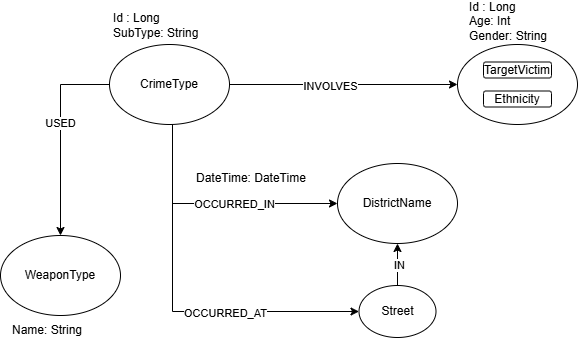
Earlier version of the draw.io export schema/GraphDB.png (Emulars/adm-project). Source tidied: cells renumbered, new cells last; positions are measured from the earlier drawing's top-left corner, leaving out a move shared by most shapes.
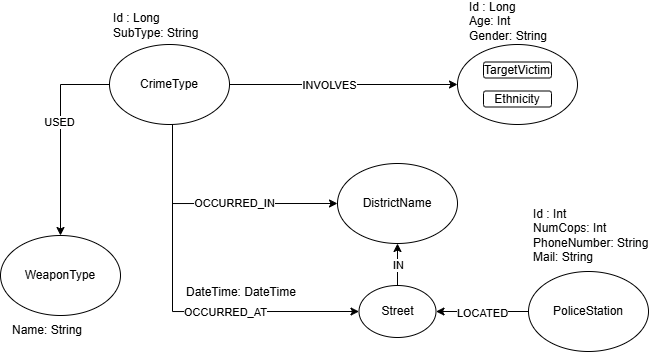
Above is the later version.

Commit message:
update all schemas

Diff of the diagram source:
```diff
@@ -69,7 +69,7 @@
       <mxGeometry x="358.5" y="279" width="77" height="52" as="geometry" />
     </mxCell>
     <mxCell id="20" value="DateTime: DateTime" style="text;html=1;align=left;verticalAlign=middle;whiteSpace=wrap;rounded=0;" parent="1" vertex="1">
-      <mxGeometry x="194" y="157" width="124" height="30" as="geometry" />
+      <mxGeometry x="184" y="271" width="124" height="30" as="geometry" />
     </mxCell>
     <mxCell id="21" value="WeaponType" style="ellipse;whiteSpace=wrap;html=1;" parent="1" vertex="1">
       <mxGeometry y="229" width="120" height="80" as="geometry" />
@@ -77,5 +77,17 @@
     <mxCell id="22" value="Name: String" style="text;html=1;align=left;verticalAlign=middle;whiteSpace=wrap;rounded=0;" parent="1" vertex="1">
       <mxGeometry x="10" y="309" width="101" height="30" as="geometry" />
     </mxCell>
+    <mxCell id="23" style="edgeStyle=orthogonalEdgeStyle;rounded=0;jettySize=auto;html=1;entryX=1;entryY=0.5;entryDx=0;entryDy=0;" parent="1" edge="1" source="25" target="19">
+      <mxGeometry relative="1" as="geometry" />
+    </mxCell>
+    <mxCell id="24" value="LOCATED" style="edgeLabel;html=1;align=center;verticalAlign=middle;" parent="23" vertex="1">
+      <mxGeometry y="2" relative="1" as="geometry" />
+    </mxCell>
+    <mxCell id="25" value="PoliceStation" style="ellipse;whiteSpace=wrap;html=1;" parent="1" vertex="1">
+      <mxGeometry x="528" y="265" width="120" height="80" as="geometry" />
+    </mxCell>
+    <mxCell id="26" value="Id : Int&lt;div&gt;NumCops: Int&lt;br&gt;&lt;div&gt;&lt;div&gt;&lt;div&gt;PhoneNumber: String&lt;/div&gt;&lt;div&gt;Mail: String&lt;/div&gt;&lt;/div&gt;&lt;/div&gt;&lt;/div&gt;" style="text;html=1;align=left;verticalAlign=middle;whiteSpace=wrap;rounded=0;" parent="1" vertex="1">
+      <mxGeometry x="531" y="214" width="128" height="30" as="geometry" />
+    </mxCell>
   </root>
 </mxGraphModel>
```
